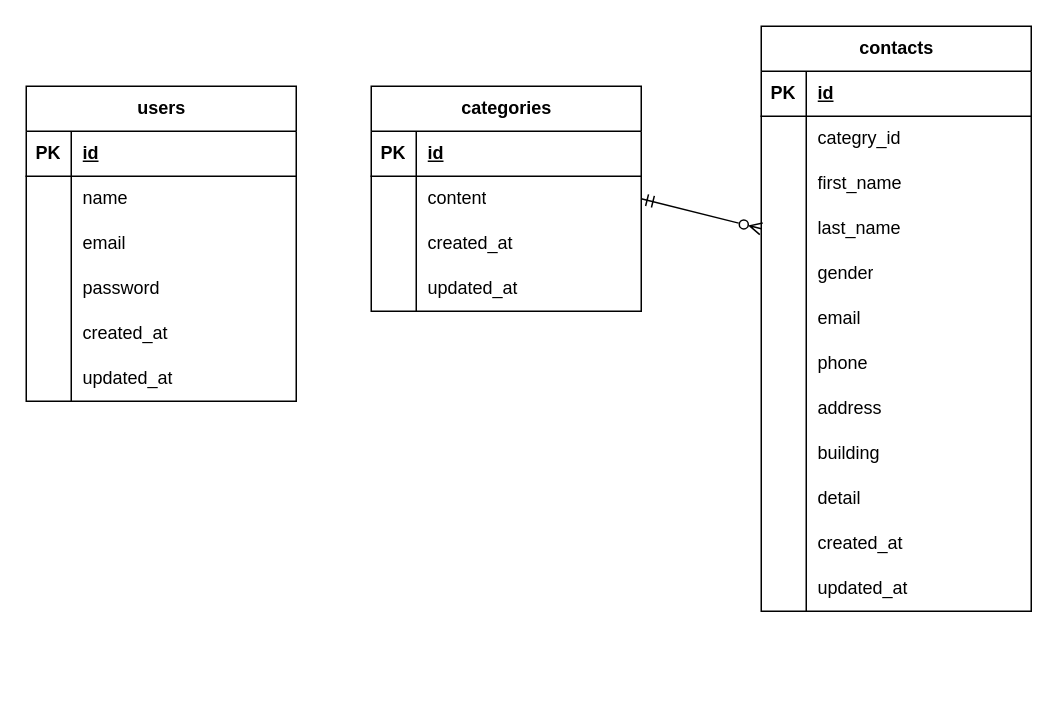
hisashi-mamada/contact-form-test keeps this draw.io diagram as er-diagram.drawio. Above is the earlier version. Source tidied: cells renumbered, new cells numbered last; positions are measured from the earlier drawing's top-left corner, leaving out a move shared by most shapes. Both pictures are drawn from the tidied source at 150%, with x=0, y=0 at pixel (26, 26).
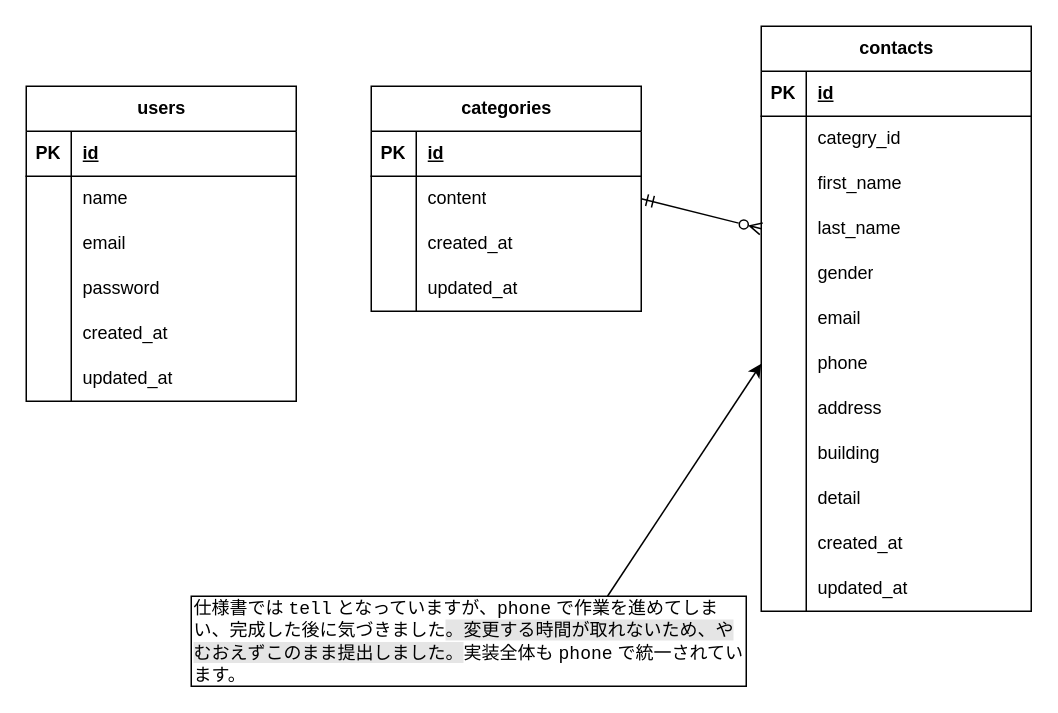
The same page after the edit.

The change refers to these unchanged cells:
```xml
<mxCell id="53" style="shape=tableRow;horizontal=0;startSize=0;swimlaneHead=0;swimlaneBody=0;fillColor=none;points=[[0,0.5],[1,0.5]];portConstraint=eastwest;top=0;left=0;right=0;bottom=0;" parent="34" vertex="1">
  <mxGeometry y="210" width="180" height="30" as="geometry" />
</mxCell>
```

Diff of the diagram source:
```diff
@@
+    <mxCell id="72" style="edgeStyle=none;html=1;exitX=0.75;exitY=0;exitDx=0;exitDy=0;entryX=0;entryY=0.5;entryDx=0;entryDy=0;" parent="1" edge="1" source="73" target="53">
+      <mxGeometry relative="1" as="geometry" />
+    </mxCell>
+    <mxCell id="73" value="仕様書では &lt;code&gt;tell&lt;/code&gt; となっていますが、&lt;code&gt;phone&lt;/code&gt;&amp;nbsp;で作業を進めてしまい、完成した後に気づきました&lt;span style=&quot;background-color: rgba(0, 0, 0, 0.1);&quot;&gt;。変更する時間が取れないため、やむおえずこのまま提出しました。&lt;/span&gt;実装全体も &lt;code&gt;phone&lt;/code&gt; で統一されています。" style="rounded=0;whiteSpace=wrap;html=1;align=left;" parent="1" vertex="1">
+      <mxGeometry x="110" y="380" width="370" height="60" as="geometry" />
+    </mxCell>
```
